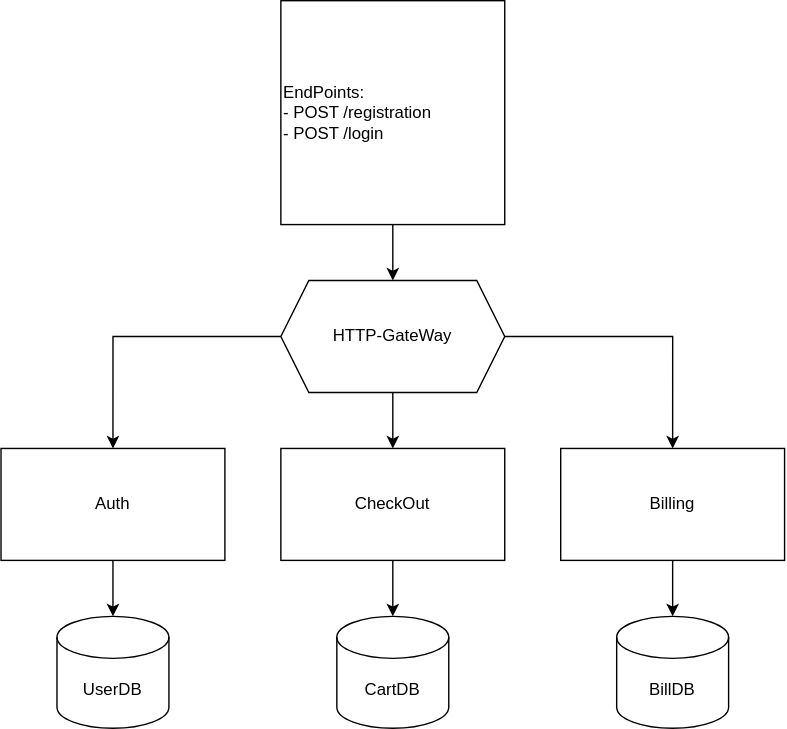
Earlier version of the draw.io export documents/arch.drawio.svg (offluck/shopper). Source tidied: cells renumbered, new cells last; positions are measured from the earlier drawing's top-left corner, leaving out a move shared by most shapes.
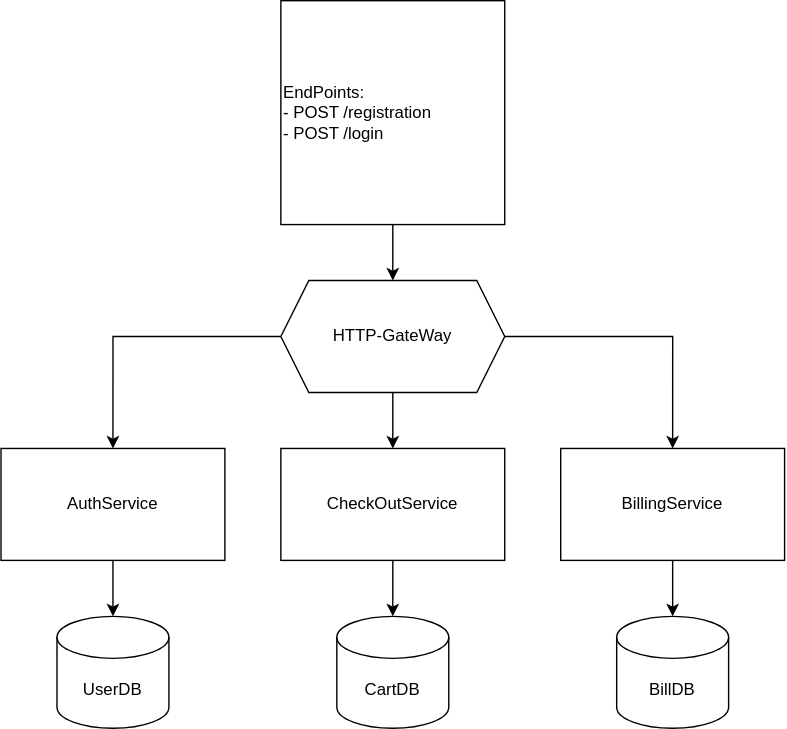
After the change.

Change to the diagram source:
```diff
@@ -17,16 +17,16 @@
     <mxCell id="6" value="EndPoints:&lt;br&gt;- POST /registration&lt;br&gt;- POST /login" style="whiteSpace=wrap;html=1;align=left;" parent="1" vertex="1">
       <mxGeometry x="200" width="160" height="160" as="geometry" />
     </mxCell>
-    <mxCell id="7" value="Auth" style="rounded=0;whiteSpace=wrap;html=1;" parent="1" vertex="1">
+    <mxCell id="7" value="AuthService" style="rounded=0;whiteSpace=wrap;html=1;" parent="1" vertex="1">
       <mxGeometry y="320" width="160" height="80" as="geometry" />
     </mxCell>
     <mxCell id="8" style="edgeStyle=orthogonalEdgeStyle;rounded=0;jettySize=auto;html=1;entryX=0.5;entryY=0;entryDx=0;entryDy=0;entryPerimeter=0;" parent="1" edge="1" source="7" target="2">
       <mxGeometry relative="1" as="geometry" />
     </mxCell>
-    <mxCell id="9" value="CheckOut" style="rounded=0;whiteSpace=wrap;html=1;" parent="1" vertex="1">
+    <mxCell id="9" value="CheckOutService" style="rounded=0;whiteSpace=wrap;html=1;" parent="1" vertex="1">
       <mxGeometry x="200" y="320" width="160" height="80" as="geometry" />
     </mxCell>
-    <mxCell id="10" value="Billing" style="rounded=0;whiteSpace=wrap;html=1;" parent="1" vertex="1">
+    <mxCell id="10" value="BillingService" style="rounded=0;whiteSpace=wrap;html=1;" parent="1" vertex="1">
       <mxGeometry x="400" y="320" width="160" height="80" as="geometry" />
     </mxCell>
     <mxCell id="11" style="edgeStyle=orthogonalEdgeStyle;rounded=0;jettySize=auto;html=1;entryX=0.5;entryY=0;entryDx=0;entryDy=0;entryPerimeter=0;" parent="1" edge="1" source="10" target="4">
```
